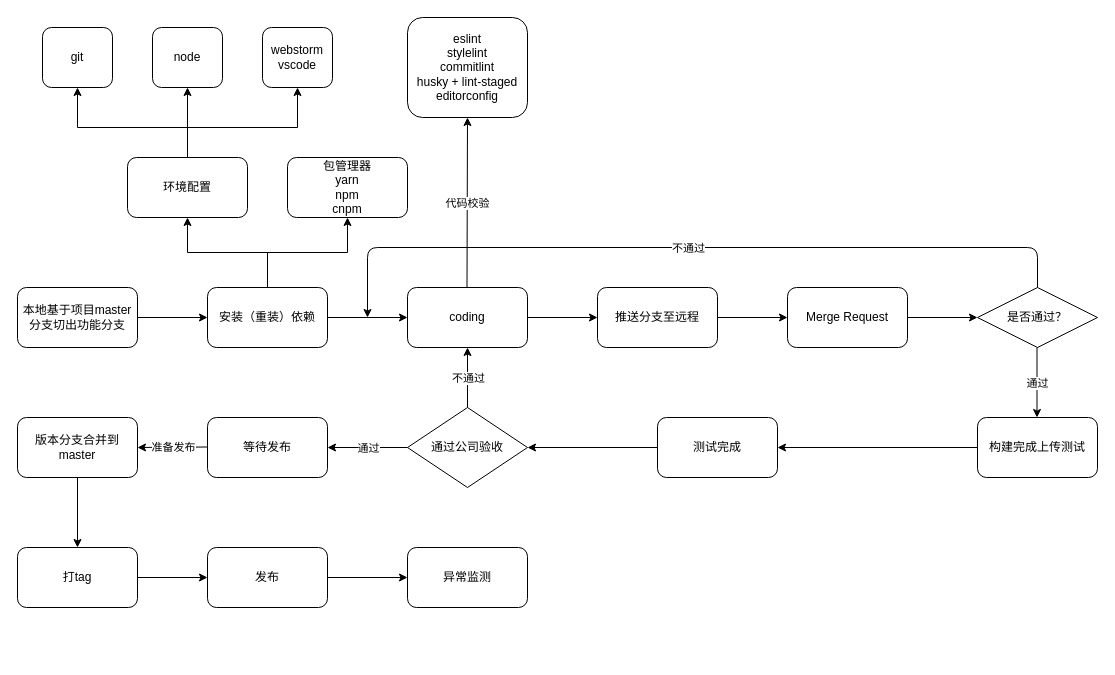
Before: src/Untitled Diagram.drawio in hgchong/vue-ts, a draw.io diagram. Source tidied: cells renumbered, new cells numbered last; positions are measured from the earlier drawing's top-left corner, leaving out a move shared by most shapes. Both pictures are drawn from the tidied source at 100%, with x=0, y=0 at pixel (17, 17).
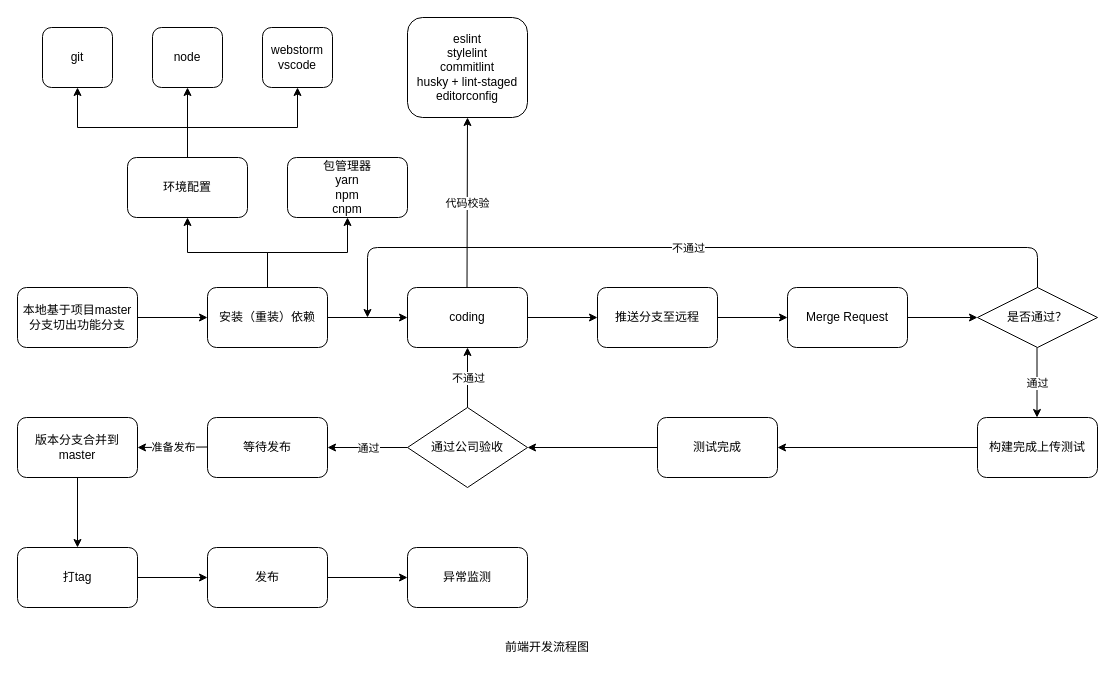
Above is the later version.

What changed in the source:
```diff
@@
+    <mxCell id="49" value="前端开发流程图" style="text;html=1;strokeColor=none;fillColor=none;align=center;verticalAlign=middle;whiteSpace=wrap;rounded=0;" parent="1" vertex="1">
+      <mxGeometry x="480" y="620" width="100" height="20" as="geometry" />
+    </mxCell>
```
